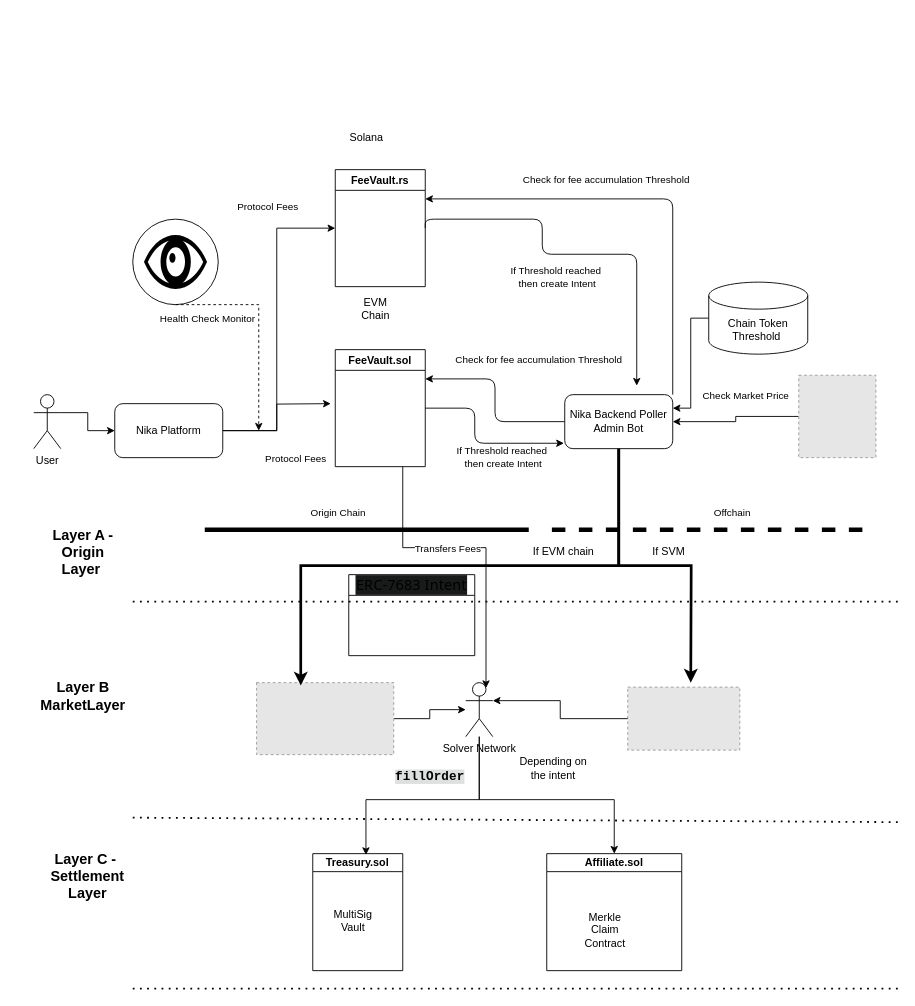
Before: page "v1" (2 of 3) of Nika Finance SD.drawio in ChanX21/Diagrams, a draw.io diagram. Source tidied: cells renumbered, new cells numbered last; positions are measured from the earlier drawing's top-left corner, leaving out a move shared by most shapes. Both pictures are drawn from the tidied source at 90%, with x=0, y=0 at pixel (33, 124). Pictures stored in the file or linked from it are replaced by grey dashed boxes.
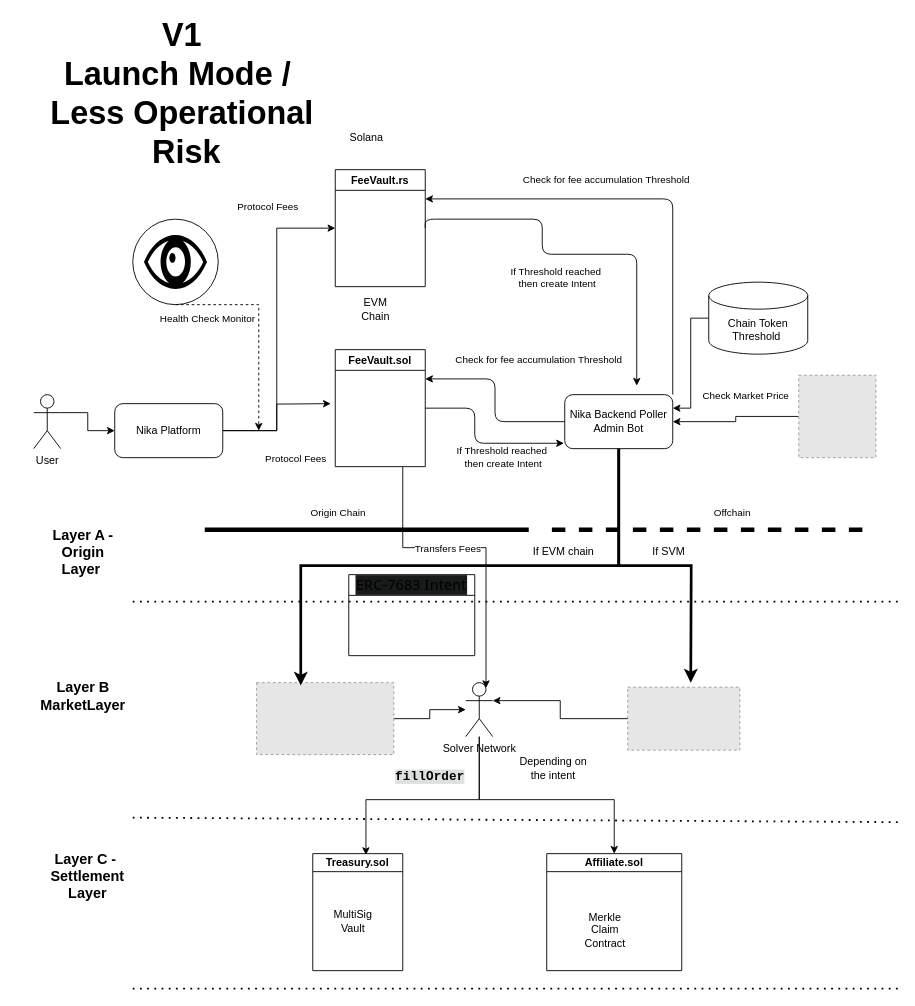
After the change.

The edit, as a diff of the source:
```diff
@@
+    <mxCell id="59" value="V1&lt;div&gt;Launch Mode /&amp;nbsp;&lt;/div&gt;&lt;div&gt;Less Operational &amp;nbsp;Risk&lt;/div&gt;" style="text;html=1;whiteSpace=wrap;strokeColor=none;fillColor=none;align=center;verticalAlign=middle;rounded=0;fontSize=36;fontStyle=1;" parent="1" vertex="1">
+      <mxGeometry x="-20" y="-50" width="370" height="30" as="geometry" />
+    </mxCell>
```
